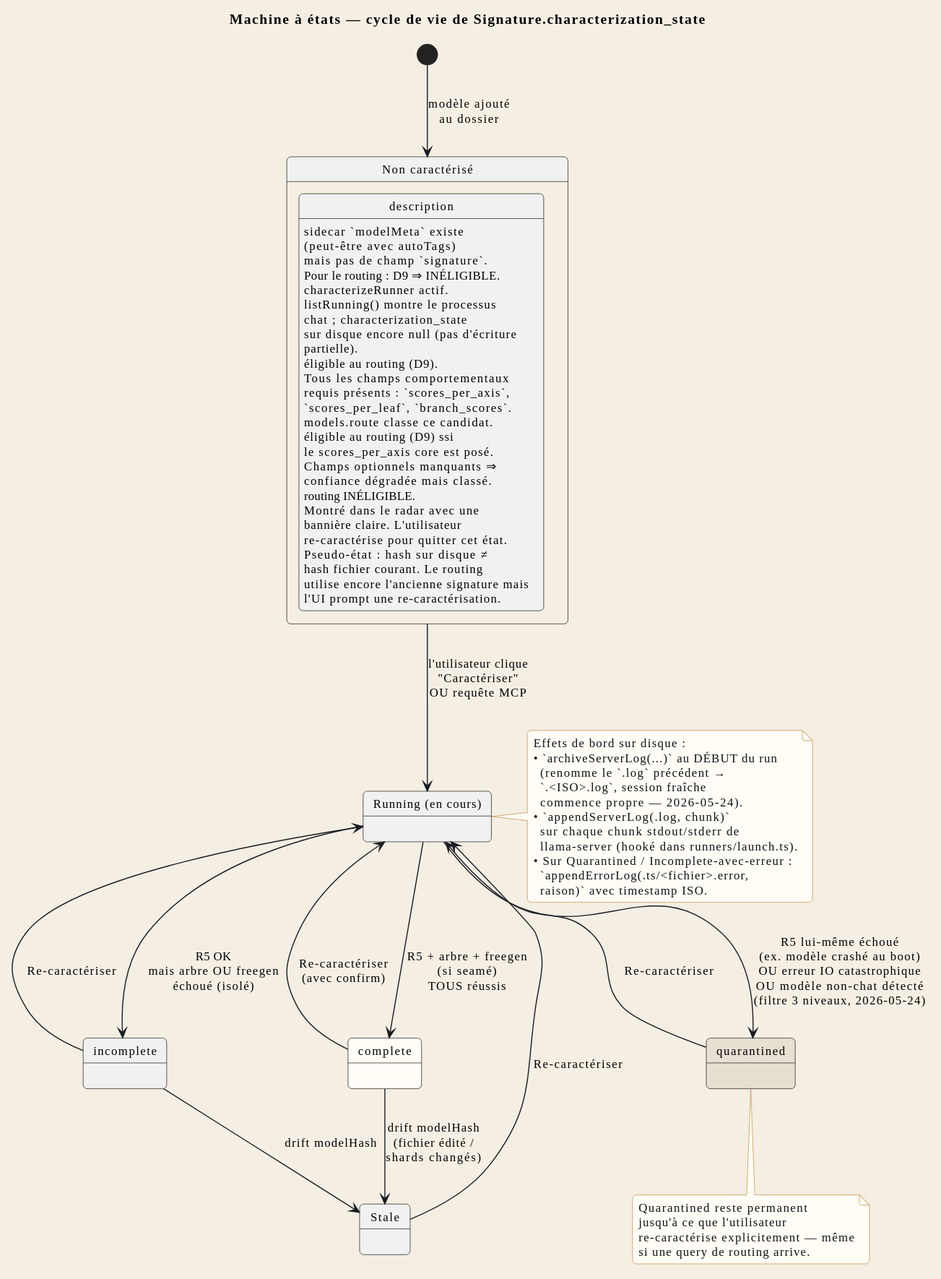
Earlier version of the PlantUML export docs/fr/svg/states-signature-lifecycle.svg (Syphys/maestria). The source it was exported from:
```plantuml
@startuml
!include ../_includes/style.iuml

title Machine à états — cycle de vie de Signature.characterization_state


[*] --> NotCharacterized : modèle ajouté\nau dossier

state "Non caractérisé" as NotCharacterized {
  description : sidecar `modelMeta` existe\n(peut-être avec autoTags)\nmais pas de champ `signature`.\nPour le routing : D9 ⇒ INÉLIGIBLE.
}

NotCharacterized --> Running : l'utilisateur clique\n"Caractériser"\nOU requête MCP

state "Running (en cours)" as Running {
  description : characterizeRunner actif.\nlistRunning() montre le processus\nchat ; characterization_state\nsur disque encore null (pas d'écriture\npartielle).
}

Running --> Complete : R5 + arbre + freegen\n(si seamé)\nTOUS réussis
Running --> Incomplete : R5 OK\nmais arbre OU freegen\néchoué (isolé)
Running --> Quarantined : R5 lui-même échoué\n(ex. modèle crashé au boot)\nOU erreur IO catastrophique\nOU modèle non-chat détecté\n(filtre 3 niveaux, 2026-05-24)

state "complete" as Complete #FFFDF6 {
  description : éligible au routing (D9).\nTous les champs comportementaux\nrequis présents : `scores_per_axis`,\n`scores_per_leaf`, `branch_scores`.\nmodels.route classe ce candidat.
}

state "incomplete" as Incomplete {
  description : éligible au routing (D9) ssi\nle scores_per_axis core est posé.\nChamps optionnels manquants ⇒\nconfiance dégradée mais classé.
}

state "quarantined" as Quarantined #E6DFD2 {
  description : routing INÉLIGIBLE.\nMontré dans le radar avec une\nbannière claire. L'utilisateur\nre-caractérise pour quitter cet état.
}

Complete --> Running : Re-caractériser\n(avec confirm)
Incomplete --> Running : Re-caractériser
Quarantined --> Running : Re-caractériser
Complete --> Stale : drift modelHash\n(fichier édité /\nshards changés)
Incomplete --> Stale : drift modelHash

state "Stale" as Stale {
  description : Pseudo-état : hash sur disque ≠\nhash fichier courant. Le routing\nutilise encore l'ancienne signature mais\nl'UI prompt une re-caractérisation.
}

Stale --> Running : Re-caractériser

note bottom of Quarantined
  Quarantined reste permanent
  jusqu'à ce que l'utilisateur
  re-caractérise explicitement — même
  si une query de routing arrive.
end note

note right of Running
  Effets de bord sur disque :
  • `archiveServerLog(...)` au DÉBUT du run
    (renomme le `.log` précédent →
    `.<ISO>.log`, session fraîche
    commence propre — 2026-05-24).
  • `appendServerLog(.log, chunk)`
    sur chaque chunk stdout/stderr de
    llama-server (hooké dans runners/launch.ts).
  • Sur Quarantined / Incomplete-avec-erreur :
    `appendErrorLog(.ts/<fichier>.error,
    raison)` avec timestamp ISO.
end note
@enduml
```
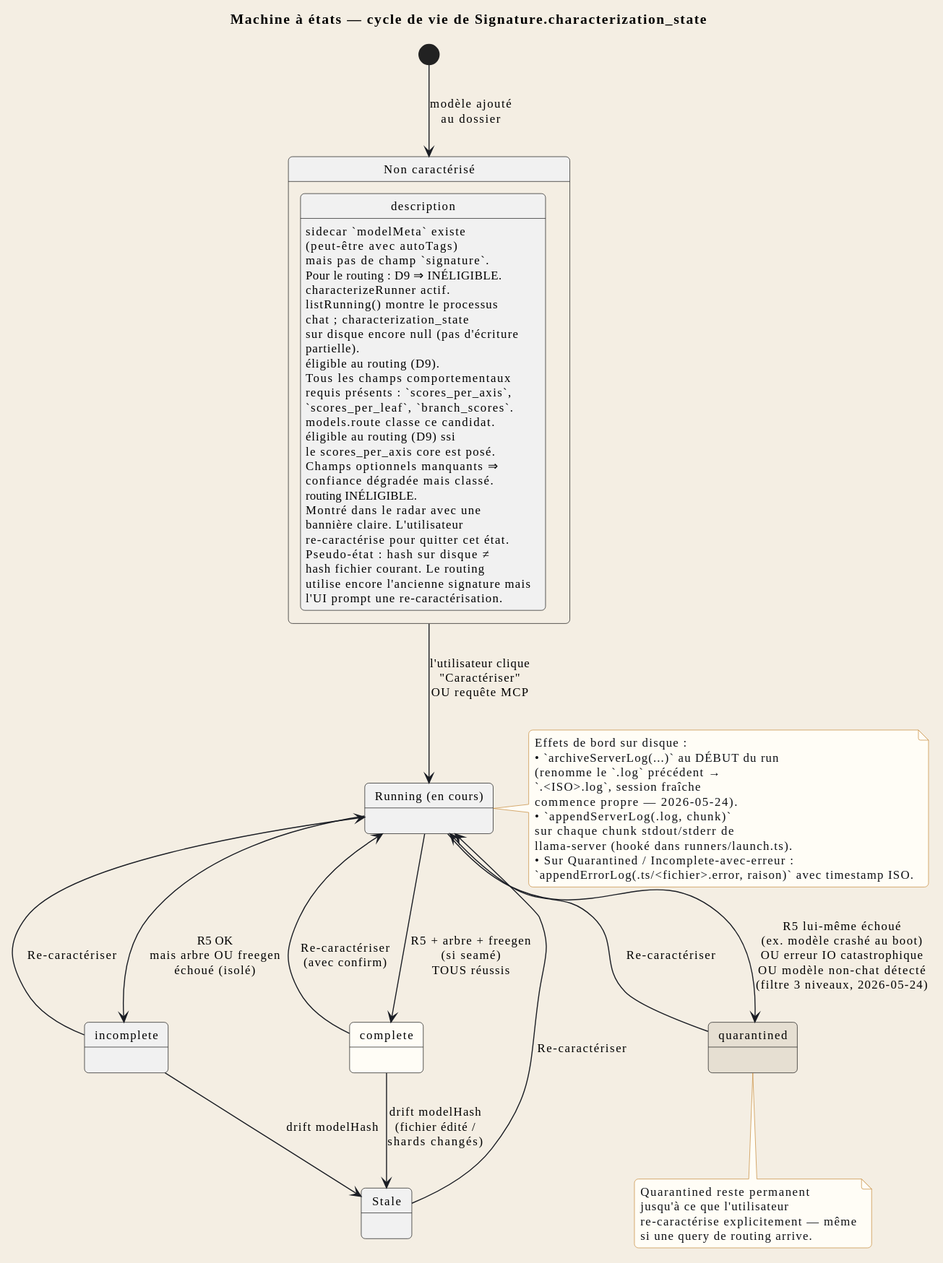
The same file after the commit.

Diff of the diagram source:
```diff
@@ -1,67 +1,66 @@
 @startuml
 !include ../_includes/style.iuml
 
-title Machine à états — cycle de vie de Signature.characterization_state
+title STR_SIGLC_TITLE
 
 
-[*] --> NotCharacterized : modèle ajouté\nau dossier
+[*] --> NotCharacterized : STR_SIGLC_REL_MODEL_ADDED
 
-state "Non caractérisé" as NotCharacterized {
-  description : sidecar `modelMeta` existe\n(peut-être avec autoTags)\nmais pas de champ `signature`.\nPour le routing : D9 ⇒ INÉLIGIBLE.
+state "STR_SIGLC_S_NOTCHAR" as NotCharacterized {
+  description : STR_SIGLC_DESC_NOTCHAR
 }
 
-NotCharacterized --> Running : l'utilisateur clique\n"Caractériser"\nOU requête MCP
+NotCharacterized --> Running : STR_SIGLC_REL_USER_CHAR
 
-state "Running (en cours)" as Running {
-  description : characterizeRunner actif.\nlistRunning() montre le processus\nchat ; characterization_state\nsur disque encore null (pas d'écriture\npartielle).
+state "STR_SIGLC_S_RUNNING" as Running {
+  description : STR_SIGLC_DESC_RUNNING
 }
 
-Running --> Complete : R5 + arbre + freegen\n(si seamé)\nTOUS réussis
-Running --> Incomplete : R5 OK\nmais arbre OU freegen\néchoué (isolé)
-Running --> Quarantined : R5 lui-même échoué\n(ex. modèle crashé au boot)\nOU erreur IO catastrophique\nOU modèle non-chat détecté\n(filtre 3 niveaux, 2026-05-24)
+Running --> Complete : STR_SIGLC_REL_ALL_OK
+Running --> Incomplete : STR_SIGLC_REL_TREE_FAIL
+Running --> Quarantined : STR_SIGLC_REL_QUARANTINED
 
 state "complete" as Complete #FFFDF6 {
-  description : éligible au routing (D9).\nTous les champs comportementaux\nrequis présents : `scores_per_axis`,\n`scores_per_leaf`, `branch_scores`.\nmodels.route classe ce candidat.
+  description : STR_SIGLC_DESC_COMPLETE
 }
 
 state "incomplete" as Incomplete {
-  description : éligible au routing (D9) ssi\nle scores_per_axis core est posé.\nChamps optionnels manquants ⇒\nconfiance dégradée mais classé.
+  description : STR_SIGLC_DESC_INCOMPLETE
 }
 
 state "quarantined" as Quarantined #E6DFD2 {
-  description : routing INÉLIGIBLE.\nMontré dans le radar avec une\nbannière claire. L'utilisateur\nre-caractérise pour quitter cet état.
+  description : STR_SIGLC_DESC_QUARANTINED
 }
 
-Complete --> Running : Re-caractériser\n(avec confirm)
+Complete --> Running : STR_SIGLC_REL_RECHAR_CONFIRM
 Incomplete --> Running : Re-caractériser
 Quarantined --> Running : Re-caractériser
-Complete --> Stale : drift modelHash\n(fichier édité /\nshards changés)
-Incomplete --> Stale : drift modelHash
+Complete --> Stale : STR_SIGLC_REL_HASH_DRIFT
+Incomplete --> Stale : STR_SIGLC_REL_HASH_DRIFT_SHORT
 
 state "Stale" as Stale {
-  description : Pseudo-état : hash sur disque ≠\nhash fichier courant. Le routing\nutilise encore l'ancienne signature mais\nl'UI prompt une re-caractérisation.
+  description : STR_SIGLC_DESC_STALE
 }
 
 Stale --> Running : Re-caractériser
 
 note bottom of Quarantined
-  Quarantined reste permanent
-  jusqu'à ce que l'utilisateur
-  re-caractérise explicitement — même
-  si une query de routing arrive.
+  STR_SIGLC_NOTE_QUAR_L1
+  STR_SIGLC_NOTE_QUAR_L2
+  STR_SIGLC_NOTE_QUAR_L3
+  STR_SIGLC_NOTE_QUAR_L4
 end note
 
 note right of Running
-  Effets de bord sur disque :
-  • `archiveServerLog(...)` au DÉBUT du run
-    (renomme le `.log` précédent →
-    `.<ISO>.log`, session fraîche
-    commence propre — 2026-05-24).
-  • `appendServerLog(.log, chunk)`
-    sur chaque chunk stdout/stderr de
-    llama-server (hooké dans runners/launch.ts).
-  • Sur Quarantined / Incomplete-avec-erreur :
-    `appendErrorLog(.ts/<fichier>.error,
-    raison)` avec timestamp ISO.
+  STR_SIGLC_NOTE_RUN_L1
+  STR_SIGLC_NOTE_RUN_L2
+  STR_SIGLC_NOTE_RUN_L3
+  STR_SIGLC_NOTE_RUN_L4
+  STR_SIGLC_NOTE_RUN_L5
+  STR_SIGLC_NOTE_RUN_L6
+  STR_SIGLC_NOTE_RUN_L7
+  STR_SIGLC_NOTE_RUN_L8
+  STR_SIGLC_NOTE_RUN_L9
+  STR_SIGLC_NOTE_RUN_L10
 end note
 @enduml
```
